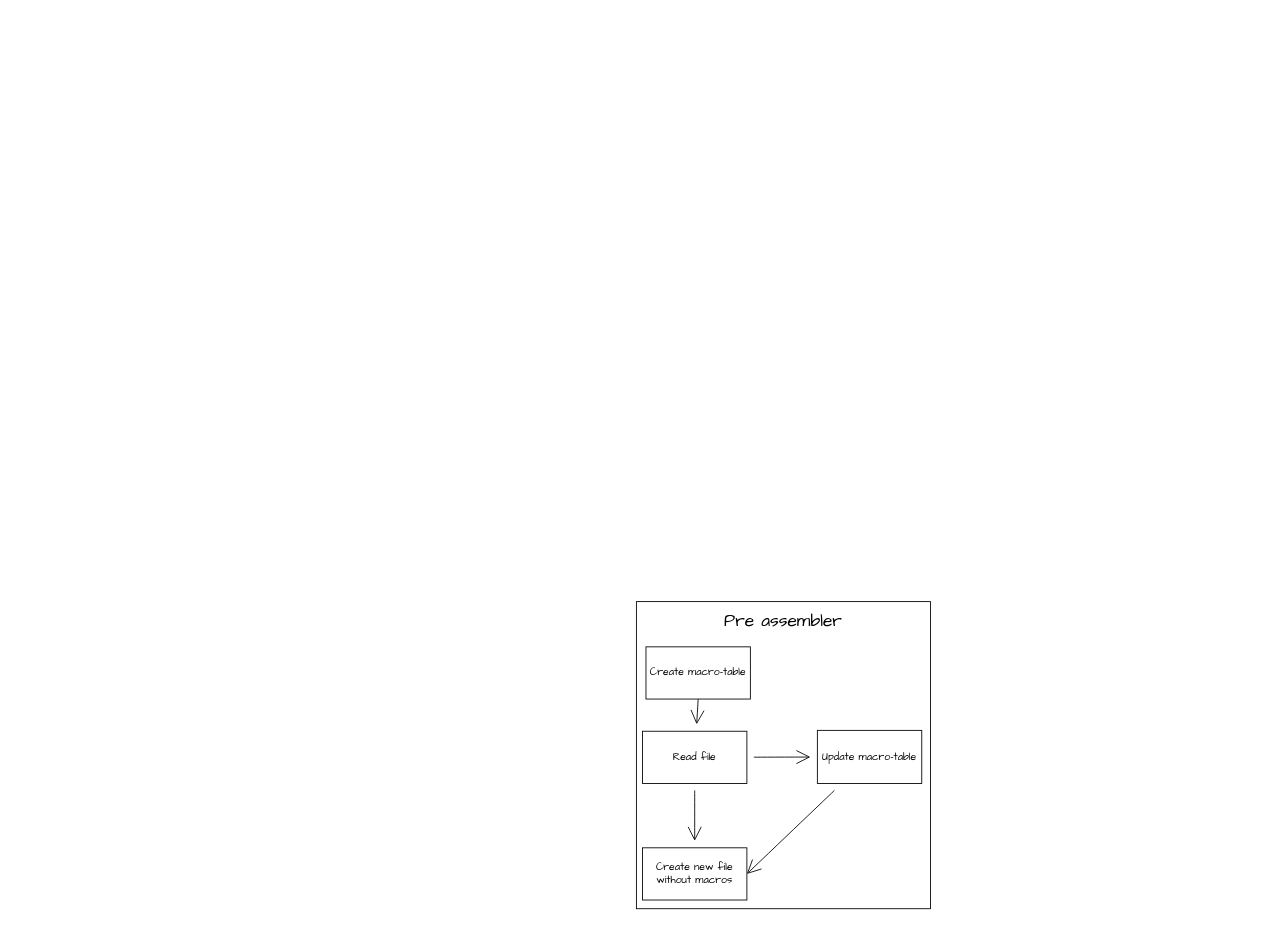
The draw.io diagram Assembler-planning.drawio in jonny-tr/OpenI-C-Project, before the edit. Source tidied: cells renumbered, new cells numbered last; positions are measured from the earlier drawing's top-left corner, leaving out a move shared by most shapes. Both pictures are drawn from the tidied source at 87%, with x=0, y=0 at pixel (636, 601).
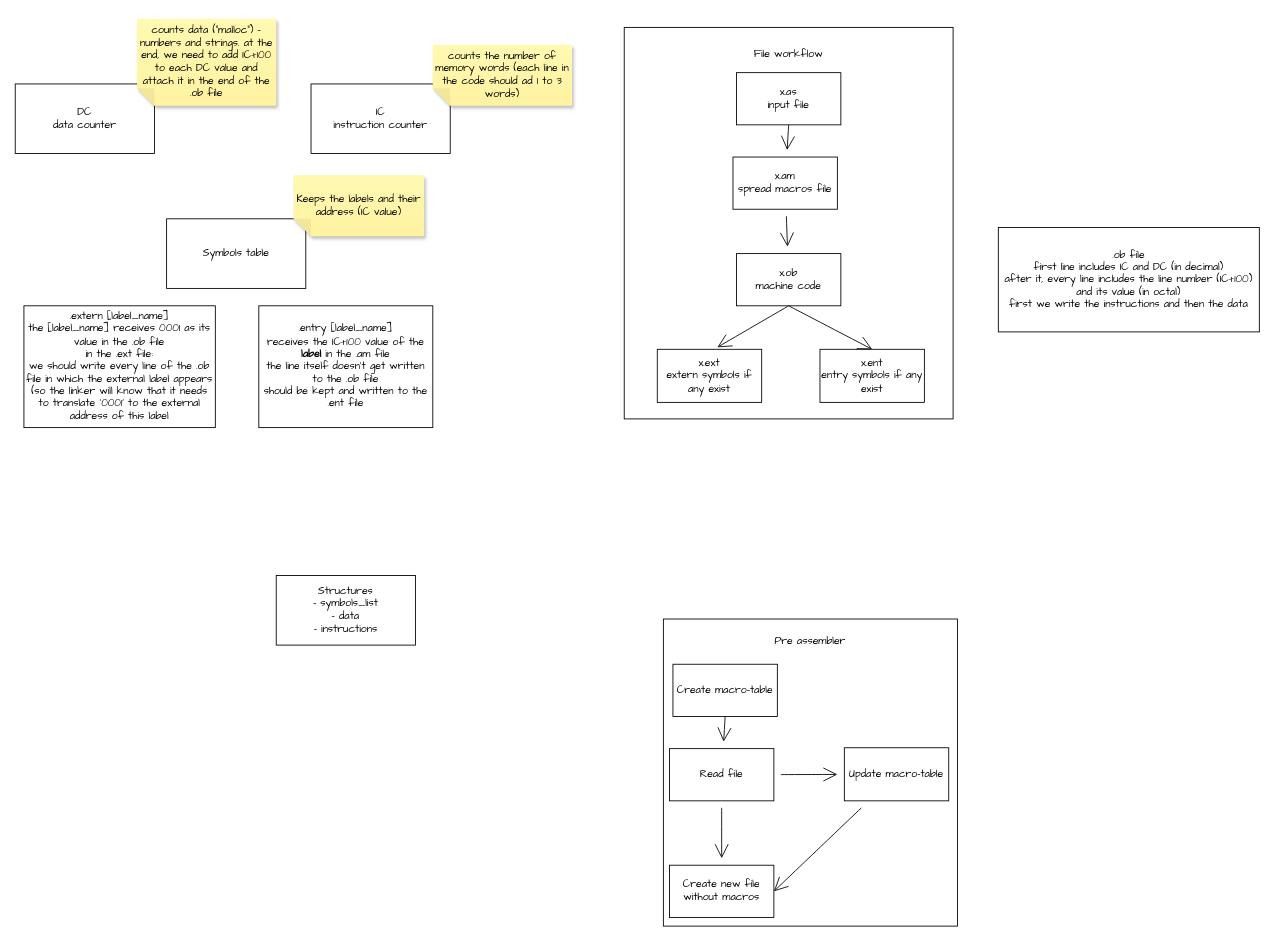
After the change.

Change to the diagram source:
```diff
@@
+    <mxCell id="11" style="group;" parent="1" vertex="1">
+      <mxGeometry x="-14" y="-660" width="378" height="450" as="geometry" />
+    </mxCell>
+    <mxCell id="12" value="&lt;div&gt;File workflow&lt;/div&gt;&lt;div&gt;&lt;br&gt;&lt;/div&gt;&lt;div&gt;&lt;br&gt;&lt;/div&gt;&lt;div&gt;&lt;br&gt;&lt;/div&gt;&lt;div&gt;&lt;br&gt;&lt;/div&gt;&lt;div&gt;&lt;br&gt;&lt;/div&gt;&lt;div&gt;&lt;br&gt;&lt;/div&gt;&lt;div&gt;&lt;br&gt;&lt;/div&gt;&lt;div&gt;&lt;br&gt;&lt;/div&gt;&lt;div&gt;&lt;br&gt;&lt;/div&gt;&lt;div&gt;&lt;br&gt;&lt;/div&gt;&lt;div&gt;&lt;br&gt;&lt;/div&gt;&lt;div&gt;&lt;br&gt;&lt;/div&gt;&lt;div&gt;&lt;br&gt;&lt;/div&gt;&lt;div&gt;&lt;br&gt;&lt;/div&gt;&lt;div&gt;&lt;br&gt;&lt;/div&gt;&lt;div&gt;&lt;br&gt;&lt;/div&gt;&lt;div&gt;&lt;br&gt;&lt;/div&gt;&lt;div&gt;&lt;br&gt;&lt;/div&gt;&lt;div&gt;&lt;br&gt;&lt;/div&gt;&lt;div&gt;&lt;br&gt;&lt;/div&gt;&lt;div&gt;&lt;br&gt;&lt;/div&gt;&lt;div&gt;&lt;br&gt;&lt;/div&gt;&lt;div&gt;&lt;br&gt;&lt;/div&gt;&lt;div&gt;&lt;br&gt;&lt;/div&gt;&lt;div&gt;&lt;br&gt;&lt;/div&gt;&lt;div&gt;&lt;br&gt;&lt;/div&gt;&lt;div&gt;&lt;br&gt;&lt;/div&gt;" style="rounded=0;whiteSpace=wrap;html=1;fontFamily=Architects Daughter;" parent="11" vertex="1">
+      <mxGeometry width="378" height="450" as="geometry" />
+    </mxCell>
+    <mxCell id="13" style="edgeStyle=none;curved=1;rounded=0;jettySize=auto;html=1;fontFamily=Architects Daughter;fontSize=16;startSize=14;endArrow=open;endSize=14;sourcePerimeterSpacing=8;targetPerimeterSpacing=8;" parent="11" edge="1" source="14" target="16">
+      <mxGeometry relative="1" as="geometry" />
+    </mxCell>
+    <mxCell id="14" value="x.am&lt;div&gt;spread macros file&lt;/div&gt;" style="rounded=0;whiteSpace=wrap;html=1;fontFamily=Architects Daughter;" parent="11" vertex="1">
+      <mxGeometry x="125" y="149" width="120" height="60" as="geometry" />
+    </mxCell>
+    <mxCell id="15" style="edgeStyle=none;curved=1;rounded=0;jettySize=auto;html=1;fontFamily=Architects Daughter;fontSize=16;startSize=14;endArrow=open;endSize=14;sourcePerimeterSpacing=8;targetPerimeterSpacing=8;exitX=0.5;exitY=1;exitDx=0;exitDy=0;" parent="11" edge="1" source="18" target="14">
+      <mxGeometry relative="1" as="geometry" />
+    </mxCell>
+    <mxCell id="16" value="x.ob&lt;div&gt;machine code&lt;/div&gt;" style="whiteSpace=wrap;html=1;fontFamily=Architects Daughter;rounded=0;" parent="11" vertex="1">
+      <mxGeometry x="129" y="260" width="120" height="60" as="geometry" />
+    </mxCell>
+    <mxCell id="17" value="x.ext&lt;div&gt;extern symbols if any exist&lt;/div&gt;" style="rounded=0;whiteSpace=wrap;html=1;fontFamily=Architects Daughter;" parent="11" vertex="1">
+      <mxGeometry x="38" y="370" width="120" height="61" as="geometry" />
+    </mxCell>
+    <mxCell id="18" value="x.as&lt;div&gt;input file&lt;/div&gt;" style="rounded=0;whiteSpace=wrap;html=1;fontFamily=Architects Daughter;" parent="11" vertex="1">
+      <mxGeometry x="129" y="52" width="120" height="60" as="geometry" />
+    </mxCell>
+    <mxCell id="19" value="x.ent&lt;div&gt;entry symbols if any exist&lt;/div&gt;" style="rounded=0;whiteSpace=wrap;html=1;fontFamily=Architects Daughter;" parent="11" vertex="1">
+      <mxGeometry x="225" y="370" width="120" height="61" as="geometry" />
+    </mxCell>
+    <mxCell id="20" style="edgeStyle=none;curved=1;rounded=0;jettySize=auto;html=1;fontFamily=Architects Daughter;fontSize=16;startSize=14;endArrow=open;endSize=14;sourcePerimeterSpacing=8;targetPerimeterSpacing=8;exitX=0.5;exitY=1;exitDx=0;exitDy=0;entryX=0.575;entryY=-0.038;entryDx=0;entryDy=0;entryPerimeter=0;" parent="11" edge="1" source="16" target="17">
+      <mxGeometry relative="1" as="geometry" />
+    </mxCell>
+    <mxCell id="21" style="edgeStyle=none;curved=1;rounded=0;jettySize=auto;html=1;fontFamily=Architects Daughter;fontSize=16;startSize=14;endArrow=open;endSize=14;sourcePerimeterSpacing=8;targetPerimeterSpacing=8;exitX=0.5;exitY=1;exitDx=0;exitDy=0;entryX=0.5;entryY=0;entryDx=0;entryDy=0;" parent="11" edge="1" source="16" target="19">
+      <mxGeometry relative="1" as="geometry" />
+    </mxCell>
+    <mxCell id="22" style="group;" parent="1" vertex="1">
+      <mxGeometry x="31" y="20" width="338" height="353" as="geometry" />
+    </mxCell>
-    <mxCell id="2" value="&lt;font style=&quot;font-size: 20px;&quot;&gt;Pre assembler&lt;/font&gt;&lt;div style=&quot;font-size: 20px;&quot;&gt;&lt;font style=&quot;font-size: 20px;&quot;&gt;&lt;br&gt;&lt;/font&gt;&lt;/div&gt;&lt;div style=&quot;font-size: 20px;&quot;&gt;&lt;font style=&quot;font-size: 20px;&quot;&gt;&lt;br&gt;&lt;/font&gt;&lt;/div&gt;&lt;div style=&quot;font-size: 20px;&quot;&gt;&lt;font style=&quot;font-size: 20px;&quot;&gt;&lt;br&gt;&lt;/font&gt;&lt;/div&gt;&lt;div style=&quot;font-size: 20px;&quot;&gt;&lt;font style=&quot;font-size: 20px;&quot;&gt;&lt;br&gt;&lt;/font&gt;&lt;/div&gt;&lt;div style=&quot;font-size: 20px;&quot;&gt;&lt;font style=&quot;font-size: 20px;&quot;&gt;&lt;br&gt;&lt;/font&gt;&lt;/div&gt;&lt;div style=&quot;font-size: 20px;&quot;&gt;&lt;font style=&quot;font-size: 20px;&quot;&gt;&lt;br&gt;&lt;/font&gt;&lt;/div&gt;&lt;div style=&quot;font-size: 20px;&quot;&gt;&lt;font style=&quot;font-size: 20px;&quot;&gt;&lt;br&gt;&lt;/font&gt;&lt;/div&gt;&lt;div style=&quot;font-size: 20px;&quot;&gt;&lt;font style=&quot;font-size: 20px;&quot;&gt;&lt;br&gt;&lt;/font&gt;&lt;/div&gt;&lt;div style=&quot;font-size: 20px;&quot;&gt;&lt;font style=&quot;font-size: 20px;&quot;&gt;&lt;br&gt;&lt;/font&gt;&lt;/div&gt;&lt;div style=&quot;font-size: 20px;&quot;&gt;&lt;font style=&quot;font-size: 20px;&quot;&gt;&lt;br&gt;&lt;/font&gt;&lt;/div&gt;&lt;div style=&quot;font-size: 20px;&quot;&gt;&lt;font style=&quot;font-size: 20px;&quot;&gt;&lt;br&gt;&lt;/font&gt;&lt;/div&gt;&lt;div style=&quot;font-size: 20px;&quot;&gt;&lt;font style=&quot;font-size: 20px;&quot;&gt;&lt;br&gt;&lt;/font&gt;&lt;/div&gt;&lt;div style=&quot;font-size: 20px;&quot;&gt;&lt;br&gt;&lt;/div&gt;" style="rounded=0;whiteSpace=wrap;html=1;fontFamily=Architects Daughter;" parent="1" vertex="1">
+    <mxCell id="2" value="Pre assembler&lt;div&gt;&lt;br&gt;&lt;/div&gt;&lt;div&gt;&lt;br&gt;&lt;/div&gt;&lt;div&gt;&lt;br&gt;&lt;/div&gt;&lt;div&gt;&lt;br&gt;&lt;/div&gt;&lt;div&gt;&lt;br&gt;&lt;/div&gt;&lt;div&gt;&lt;br&gt;&lt;/div&gt;&lt;div&gt;&lt;br&gt;&lt;/div&gt;&lt;div&gt;&lt;br&gt;&lt;/div&gt;&lt;div&gt;&lt;br&gt;&lt;/div&gt;&lt;div&gt;&lt;br&gt;&lt;/div&gt;&lt;div&gt;&lt;br&gt;&lt;/div&gt;&lt;div&gt;&lt;br&gt;&lt;/div&gt;&lt;div&gt;&lt;br&gt;&lt;/div&gt;&lt;div&gt;&lt;br&gt;&lt;/div&gt;&lt;div&gt;&lt;br&gt;&lt;/div&gt;&lt;div&gt;&lt;br&gt;&lt;/div&gt;&lt;div&gt;&lt;br&gt;&lt;/div&gt;&lt;div&gt;&lt;br&gt;&lt;/div&gt;&lt;div&gt;&lt;br&gt;&lt;/div&gt;&lt;div&gt;&lt;br&gt;&lt;/div&gt;&lt;div&gt;&lt;br&gt;&lt;/div&gt;" style="rounded=0;whiteSpace=wrap;html=1;fontFamily=Architects Daughter;" parent="22" vertex="1">
       <mxGeometry width="338" height="353" as="geometry" />
     </mxCell>
-    <mxCell id="3" style="edgeStyle=none;curved=1;rounded=0;jettySize=auto;html=1;fontFamily=Architects Daughter;fontSize=16;startSize=14;endArrow=open;endSize=14;sourcePerimeterSpacing=8;targetPerimeterSpacing=8;" parent="1" edge="1" source="5" target="7">
+    <mxCell id="3" style="edgeStyle=none;curved=1;rounded=0;jettySize=auto;html=1;fontFamily=Architects Daughter;fontSize=16;startSize=14;endArrow=open;endSize=14;sourcePerimeterSpacing=8;targetPerimeterSpacing=8;" parent="22" edge="1" source="5" target="7">
       <mxGeometry relative="1" as="geometry" />
     </mxCell>
-    <mxCell id="4" style="edgeStyle=none;curved=1;rounded=0;jettySize=auto;html=1;fontFamily=Architects Daughter;fontSize=16;startSize=14;endArrow=open;endSize=14;sourcePerimeterSpacing=8;targetPerimeterSpacing=8;" parent="1" edge="1" source="5" target="9">
+    <mxCell id="4" style="edgeStyle=none;curved=1;rounded=0;jettySize=auto;html=1;fontFamily=Architects Daughter;fontSize=16;startSize=14;endArrow=open;endSize=14;sourcePerimeterSpacing=8;targetPerimeterSpacing=8;" parent="22" edge="1" source="5" target="9">
       <mxGeometry relative="1" as="geometry" />
     </mxCell>
-    <mxCell id="5" value="Read file" style="rounded=0;whiteSpace=wrap;html=1;fontFamily=Architects Daughter;" parent="1" vertex="1">
+    <mxCell id="5" value="Read file" style="rounded=0;whiteSpace=wrap;html=1;fontFamily=Architects Daughter;" parent="22" vertex="1">
       <mxGeometry x="7" y="149" width="120" height="60" as="geometry" />
     </mxCell>
-    <mxCell id="6" style="edgeStyle=none;curved=1;rounded=0;jettySize=auto;html=1;fontFamily=Architects Daughter;fontSize=16;startSize=14;endArrow=open;endSize=14;sourcePerimeterSpacing=8;targetPerimeterSpacing=8;exitX=0.5;exitY=1;exitDx=0;exitDy=0;" parent="1" edge="1" source="10" target="5">
+    <mxCell id="6" style="edgeStyle=none;curved=1;rounded=0;jettySize=auto;html=1;fontFamily=Architects Daughter;fontSize=16;startSize=14;endArrow=open;endSize=14;sourcePerimeterSpacing=8;targetPerimeterSpacing=8;exitX=0.5;exitY=1;exitDx=0;exitDy=0;" parent="22" edge="1" source="10" target="5">
       <mxGeometry relative="1" as="geometry" />
     </mxCell>
-    <mxCell id="7" value="Create new file without macros" style="whiteSpace=wrap;html=1;fontFamily=Architects Daughter;rounded=0;" parent="1" vertex="1">
+    <mxCell id="7" value="Create new file without macros" style="whiteSpace=wrap;html=1;fontFamily=Architects Daughter;rounded=0;" parent="22" vertex="1">
       <mxGeometry x="7" y="283" width="120" height="60" as="geometry" />
     </mxCell>
-    <mxCell id="8" style="edgeStyle=none;curved=1;rounded=0;jettySize=auto;html=1;entryX=1;entryY=0.5;entryDx=0;entryDy=0;fontFamily=Architects Daughter;fontSize=16;startSize=14;endArrow=open;endSize=14;sourcePerimeterSpacing=8;targetPerimeterSpacing=8;" parent="1" edge="1" source="9" target="7">
+    <mxCell id="8" style="edgeStyle=none;curved=1;rounded=0;jettySize=auto;html=1;entryX=1;entryY=0.5;entryDx=0;entryDy=0;fontFamily=Architects Daughter;fontSize=16;startSize=14;endArrow=open;endSize=14;sourcePerimeterSpacing=8;targetPerimeterSpacing=8;" parent="22" edge="1" source="9" target="7">
       <mxGeometry relative="1" as="geometry" />
     </mxCell>
-    <mxCell id="9" value="Update macro-table" style="rounded=0;whiteSpace=wrap;html=1;fontFamily=Architects Daughter;" parent="1" vertex="1">
+    <mxCell id="9" value="Update macro-table" style="rounded=0;whiteSpace=wrap;html=1;fontFamily=Architects Daughter;" parent="22" vertex="1">
       <mxGeometry x="208" y="148" width="120" height="61" as="geometry" />
     </mxCell>
-    <mxCell id="10" value="Create macro-table" style="rounded=0;whiteSpace=wrap;html=1;fontFamily=Architects Daughter;" parent="1" vertex="1">
+    <mxCell id="10" value="Create macro-table" style="rounded=0;whiteSpace=wrap;html=1;fontFamily=Architects Daughter;" parent="22" vertex="1">
       <mxGeometry x="11" y="52" width="120" height="60" as="geometry" />
     </mxCell>
+    <mxCell id="23" value="DC&lt;div&gt;data counter&lt;/div&gt;" style="rounded=0;whiteSpace=wrap;html=1;fontFamily=Architects Daughter;" parent="1" vertex="1">
+      <mxGeometry x="-714" y="-595" width="160" height="80" as="geometry" />
+    </mxCell>
+    <mxCell id="24" value="IC&lt;div&gt;instruction counter&lt;/div&gt;" style="rounded=0;whiteSpace=wrap;html=1;fontFamily=Architects Daughter;" parent="1" vertex="1">
+      <mxGeometry x="-374" y="-595" width="160" height="80" as="geometry" />
+    </mxCell>
+    <mxCell id="25" value="Symbols table" style="rounded=0;whiteSpace=wrap;html=1;fontFamily=Architects Daughter;" parent="1" vertex="1">
+      <mxGeometry x="-540" y="-440" width="160" height="80" as="geometry" />
+    </mxCell>
+    <mxCell id="26" value="counts the number of memory words (each line in the code should ad 1 to 3 words)" style="shape=note;whiteSpace=wrap;html=1;backgroundOutline=1;fontColor=#000000;darkOpacity=0.05;fillColor=#FFF9B2;strokeColor=none;fillStyle=solid;direction=west;gradientDirection=north;gradientColor=#FFF2A1;shadow=1;size=20;fontFamily=Architects Daughter;" parent="1" vertex="1">
+      <mxGeometry x="-234" y="-640" width="160" height="70" as="geometry" />
+    </mxCell>
+    <mxCell id="27" value="counts data (&quot;malloc&quot;) - numbers and strings. at the end, we need to add IC+100 to each DC value and attach it in the end of the .ob file" style="shape=note;whiteSpace=wrap;html=1;backgroundOutline=1;fontColor=#000000;darkOpacity=0.05;fillColor=#FFF9B2;strokeColor=none;fillStyle=solid;direction=west;gradientDirection=north;gradientColor=#FFF2A1;shadow=1;size=20;fontFamily=Architects Daughter;" parent="1" vertex="1">
+      <mxGeometry x="-574" y="-670" width="160" height="100" as="geometry" />
+    </mxCell>
+    <mxCell id="28" value="Keeps the labels and their address (IC value)" style="shape=note;whiteSpace=wrap;html=1;backgroundOutline=1;fontColor=#000000;darkOpacity=0.05;fillColor=#FFF9B2;strokeColor=none;fillStyle=solid;direction=west;gradientDirection=north;gradientColor=#FFF2A1;shadow=1;size=20;fontFamily=Architects Daughter;" parent="1" vertex="1">
+      <mxGeometry x="-394" y="-490" width="150" height="70" as="geometry" />
+    </mxCell>
+    <mxCell id="29" value=".extern [label_name]&lt;div&gt;the [label_name] receives 0001 as its value in the .ob file&lt;/div&gt;&lt;div&gt;in the .ext file:&lt;/div&gt;&lt;div&gt;we should write every line of the .ob file in which the external label appears (so the linker will know that it needs to translate '0001' to the external address of this label&lt;/div&gt;" style="rounded=0;whiteSpace=wrap;html=1;fontFamily=Architects Daughter;" parent="1" vertex="1">
+      <mxGeometry x="-704" y="-340" width="220" height="140" as="geometry" />
+    </mxCell>
+    <mxCell id="30" value=".entry [label_name]&lt;div&gt;receives the IC+100 value of the &lt;b&gt;label&lt;/b&gt; in the .am file&lt;/div&gt;&lt;div&gt;&lt;span style=&quot;background-color: initial;&quot;&gt;the line itself doesn't get written to the .ob file&lt;/span&gt;&lt;/div&gt;&lt;div&gt;&lt;span style=&quot;background-color: initial;&quot;&gt;should be kept and written to the .ent file&lt;/span&gt;&lt;br&gt;&lt;/div&gt;" style="rounded=0;whiteSpace=wrap;html=1;fontFamily=Architects Daughter;" parent="1" vertex="1">
+      <mxGeometry x="-434" y="-340" width="200" height="140" as="geometry" />
+    </mxCell>
+    <mxCell id="31" value=".ob file&lt;div&gt;first line includes IC and DC (in decimal)&lt;/div&gt;&lt;div&gt;after it, every line includes the line number (IC+100) and its value (in octal)&lt;/div&gt;&lt;div&gt;first we write the instructions and then the data&lt;/div&gt;" style="rounded=0;whiteSpace=wrap;html=1;fontFamily=Architects Daughter;" parent="1" vertex="1">
+      <mxGeometry x="416" y="-430" width="300" height="120" as="geometry" />
+    </mxCell>
+    <mxCell id="32" value="Structures&lt;div&gt;- symbols_list&lt;/div&gt;&lt;div&gt;- data&lt;/div&gt;&lt;div&gt;- instructions&lt;/div&gt;" style="rounded=0;whiteSpace=wrap;html=1;fontFamily=Architects Daughter;" parent="1" vertex="1">
+      <mxGeometry x="-414" y="-30" width="160" height="80" as="geometry" />
+    </mxCell>
```
